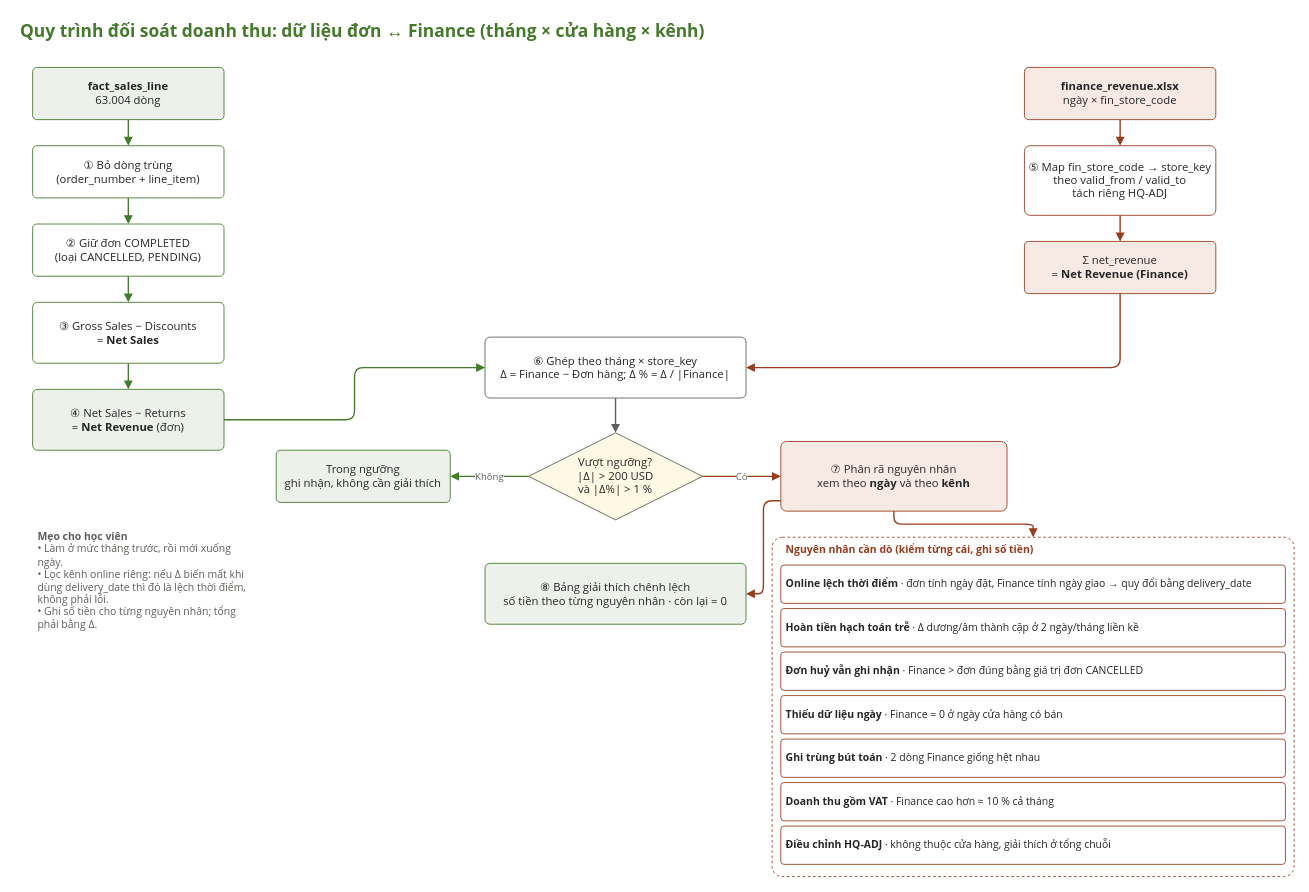
Earlier version of the draw.io diagram Sales/Sales Data/Project 1/diagrams/03_quy_trinh_doi_soat.drawio (nguyennguyenphuc/eDA-Mentor). Source tidied: cells renumbered, new cells numbered last; positions are measured from the earlier drawing's top-left corner, leaving out a move shared by most shapes. Both pictures are drawn from the tidied source at 87%, with x=0, y=0 at pixel (15, 15).
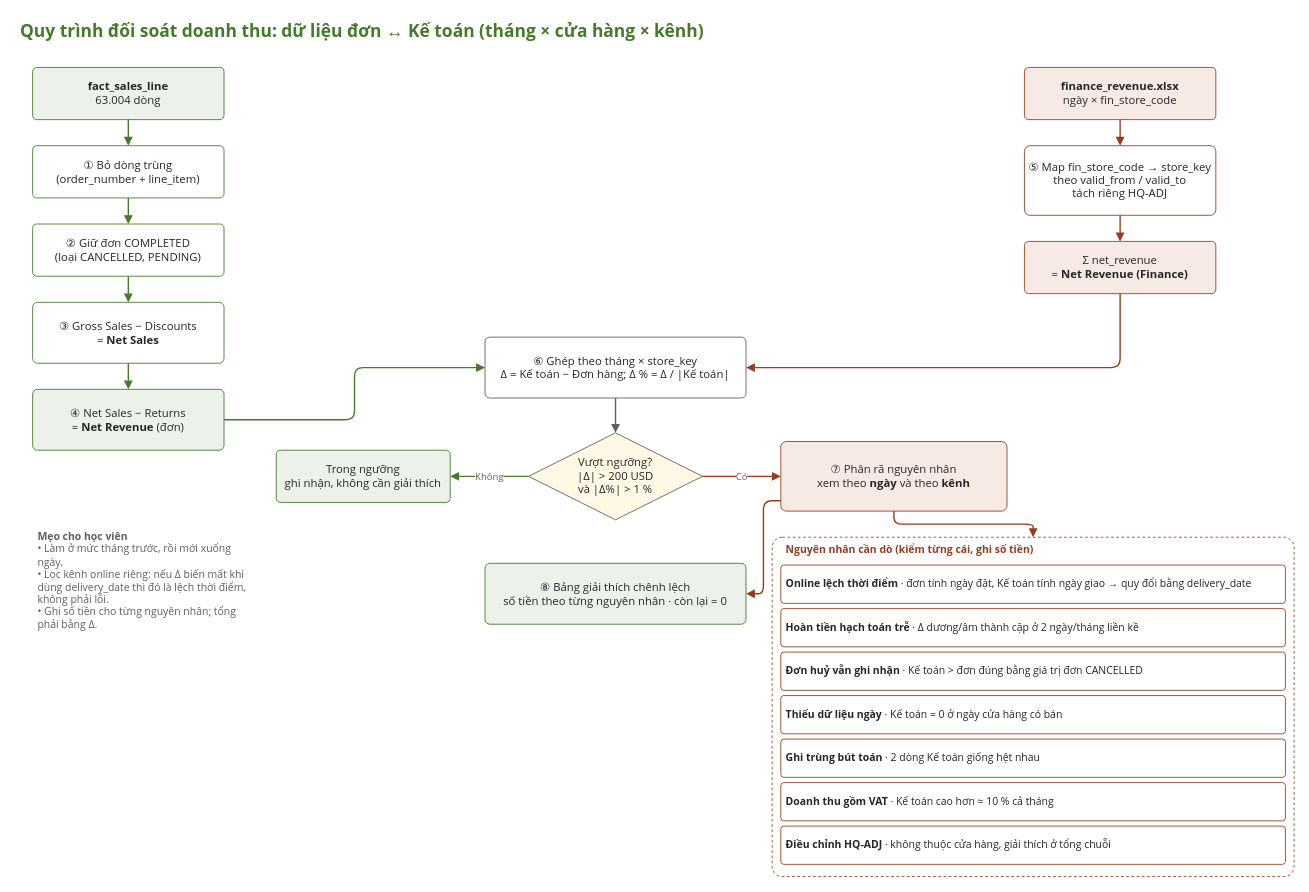
The same diagram, later.

What changed in the source:
```diff
@@
-    <mxCell id="2" value="Quy trình đối soát doanh thu: dữ liệu đơn ↔ Finance (tháng × cửa hàng × kênh)" style="text;whiteSpace=wrap;html=1;fillColor=none;strokeColor=none;fontColor=#447A2A;fontSize=20;fontFamily=Segoe UI;align=left;verticalAlign=middle;spacing=6;fontStyle=1;" parent="1" vertex="1">
+    <mxCell id="2" value="Quy trình đối soát doanh thu: dữ liệu đơn ↔ Kế toán (tháng × cửa hàng × kênh)" style="text;whiteSpace=wrap;html=1;fillColor=none;strokeColor=none;fontColor=#447A2A;fontSize=20;fontFamily=Segoe UI;align=left;verticalAlign=middle;spacing=6;fontStyle=1;" parent="1" vertex="1">
       <mxGeometry width="1400" height="34" as="geometry" />
     </mxCell>
@@
-    <mxCell id="11" value="⑥ Ghép theo tháng × store_key&lt;br&gt;Δ = Finance − Đơn hàng; Δ % = Δ / |Finance|" style="rounded=1;arcSize=8;whiteSpace=wrap;html=1;fillColor=#FFFFFF;strokeColor=#5F5E5A;fontColor=#262626;fontSize=13;fontFamily=Segoe UI;align=center;verticalAlign=middle;spacing=6;" parent="1" vertex="1">
+    <mxCell id="11" value="⑥ Ghép theo tháng × store_key&lt;br&gt;Δ = Kế toán − Đơn hàng; Δ % = Δ / |Kế toán|" style="rounded=1;arcSize=8;whiteSpace=wrap;html=1;fillColor=#FFFFFF;strokeColor=#5F5E5A;fontColor=#262626;fontSize=13;fontFamily=Segoe UI;align=center;verticalAlign=middle;spacing=6;" parent="1" vertex="1">
       <mxGeometry x="540" y="370" width="300" height="70" as="geometry" />
     </mxCell>
@@
-    <mxCell id="17" value="&lt;b&gt;Online lệch thời điểm&lt;/b&gt; · đơn tính ngày đặt, Finance tính ngày giao → quy đổi bằng delivery_date" style="rounded=1;arcSize=8;whiteSpace=wrap;html=1;fillColor=#FFFFFF;strokeColor=#993C1D;fontColor=#262626;fontSize=12;fontFamily=Segoe UI;align=left;verticalAlign=middle;spacing=6;" parent="1" vertex="1">
+    <mxCell id="17" value="&lt;b&gt;Online lệch thời điểm&lt;/b&gt; · đơn tính ngày đặt, Kế toán tính ngày giao → quy đổi bằng delivery_date" style="rounded=1;arcSize=8;whiteSpace=wrap;html=1;fillColor=#FFFFFF;strokeColor=#993C1D;fontColor=#262626;fontSize=12;fontFamily=Segoe UI;align=left;verticalAlign=middle;spacing=6;" parent="1" vertex="1">
       <mxGeometry x="880" y="632" width="580" height="44" as="geometry" />
     </mxCell>
@@
-    <mxCell id="19" value="&lt;b&gt;Đơn huỷ vẫn ghi nhận&lt;/b&gt; · Finance &amp;gt; đơn đúng bằng giá trị đơn CANCELLED" style="rounded=1;arcSize=8;whiteSpace=wrap;html=1;fillColor=#FFFFFF;strokeColor=#993C1D;fontColor=#262626;fontSize=12;fontFamily=Segoe UI;align=left;verticalAlign=middle;spacing=6;" parent="1" vertex="1">
+    <mxCell id="19" value="&lt;b&gt;Đơn huỷ vẫn ghi nhận&lt;/b&gt; · Kế toán &amp;gt; đơn đúng bằng giá trị đơn CANCELLED" style="rounded=1;arcSize=8;whiteSpace=wrap;html=1;fillColor=#FFFFFF;strokeColor=#993C1D;fontColor=#262626;fontSize=12;fontFamily=Segoe UI;align=left;verticalAlign=middle;spacing=6;" parent="1" vertex="1">
       <mxGeometry x="880" y="732" width="580" height="44" as="geometry" />
     </mxCell>
-    <mxCell id="20" value="&lt;b&gt;Thiếu dữ liệu ngày&lt;/b&gt; · Finance = 0 ở ngày cửa hàng có bán" style="rounded=1;arcSize=8;whiteSpace=wrap;html=1;fillColor=#FFFFFF;strokeColor=#993C1D;fontColor=#262626;fontSize=12;fontFamily=Segoe UI;align=left;verticalAlign=middle;spacing=6;" parent="1" vertex="1">
+    <mxCell id="20" value="&lt;b&gt;Thiếu dữ liệu ngày&lt;/b&gt; · Kế toán = 0 ở ngày cửa hàng có bán" style="rounded=1;arcSize=8;whiteSpace=wrap;html=1;fillColor=#FFFFFF;strokeColor=#993C1D;fontColor=#262626;fontSize=12;fontFamily=Segoe UI;align=left;verticalAlign=middle;spacing=6;" parent="1" vertex="1">
       <mxGeometry x="880" y="782" width="580" height="44" as="geometry" />
     </mxCell>
-    <mxCell id="21" value="&lt;b&gt;Ghi trùng bút toán&lt;/b&gt; · 2 dòng Finance giống hệt nhau" style="rounded=1;arcSize=8;whiteSpace=wrap;html=1;fillColor=#FFFFFF;strokeColor=#993C1D;fontColor=#262626;fontSize=12;fontFamily=Segoe UI;align=left;verticalAlign=middle;spacing=6;" parent="1" vertex="1">
+    <mxCell id="21" value="&lt;b&gt;Ghi trùng bút toán&lt;/b&gt; · 2 dòng Kế toán giống hệt nhau" style="rounded=1;arcSize=8;whiteSpace=wrap;html=1;fillColor=#FFFFFF;strokeColor=#993C1D;fontColor=#262626;fontSize=12;fontFamily=Segoe UI;align=left;verticalAlign=middle;spacing=6;" parent="1" vertex="1">
       <mxGeometry x="880" y="832" width="580" height="44" as="geometry" />
     </mxCell>
-    <mxCell id="22" value="&lt;b&gt;Doanh thu gồm VAT&lt;/b&gt; · Finance cao hơn ≈ 10 % cả tháng" style="rounded=1;arcSize=8;whiteSpace=wrap;html=1;fillColor=#FFFFFF;strokeColor=#993C1D;fontColor=#262626;fontSize=12;fontFamily=Segoe UI;align=left;verticalAlign=middle;spacing=6;" parent="1" vertex="1">
+    <mxCell id="22" value="&lt;b&gt;Doanh thu gồm VAT&lt;/b&gt; · Kế toán cao hơn ≈ 10 % cả tháng" style="rounded=1;arcSize=8;whiteSpace=wrap;html=1;fillColor=#FFFFFF;strokeColor=#993C1D;fontColor=#262626;fontSize=12;fontFamily=Segoe UI;align=left;verticalAlign=middle;spacing=6;" parent="1" vertex="1">
       <mxGeometry x="880" y="882" width="580" height="44" as="geometry" />
     </mxCell>
```
